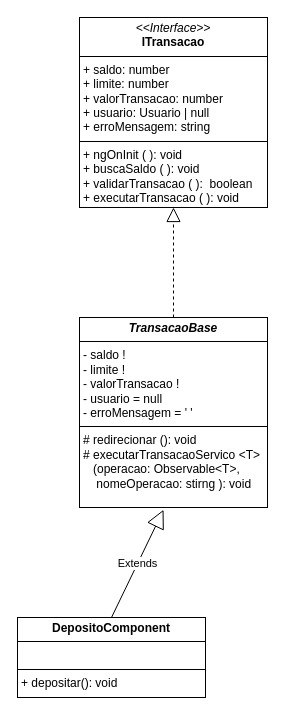
Earlier version of the draw.io diagram transacao.drawio (alejandrolafuente/SistemaBanco). Source tidied: cells renumbered, new cells numbered last; positions are measured from the earlier drawing's top-left corner, leaving out a move shared by most shapes. Both pictures are drawn from the tidied source at 100%, with x=0, y=0 at pixel (17, 17).
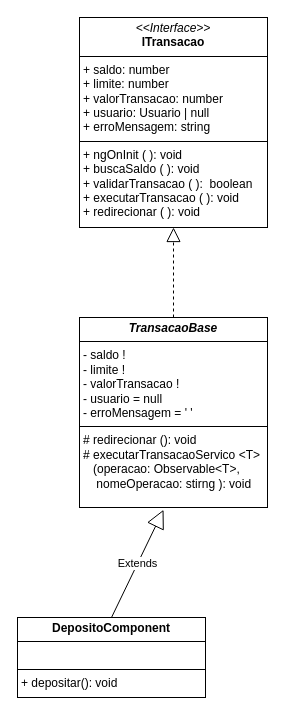
After the change.

Change to the diagram source:
```diff
@@
 <mxGraphModel>
   <root>
     <mxCell id="0" />
     <mxCell id="1" parent="0" />
-    <mxCell id="2" value="&lt;p style=&quot;margin:0px;margin-top:4px;text-align:center;&quot;&gt;&lt;i&gt;&amp;lt;&amp;lt;Interface&amp;gt;&amp;gt;&lt;/i&gt;&lt;br&gt;&lt;b&gt;ITransacao&lt;/b&gt;&lt;/p&gt;&lt;hr size=&quot;1&quot; style=&quot;border-style:solid;&quot;&gt;&lt;p style=&quot;margin:0px;margin-left:4px;&quot;&gt;+ saldo: number&lt;br&gt;+ limite: number&lt;/p&gt;&lt;p style=&quot;margin:0px;margin-left:4px;&quot;&gt;+ valorTransacao: number&lt;/p&gt;&lt;p style=&quot;margin:0px;margin-left:4px;&quot;&gt;+ usuario: Usuario | null&lt;/p&gt;&lt;p style=&quot;margin:0px;margin-left:4px;&quot;&gt;+ erroMensagem: string&lt;/p&gt;&lt;hr size=&quot;1&quot; style=&quot;border-style:solid;&quot;&gt;&lt;p style=&quot;margin:0px;margin-left:4px;&quot;&gt;+ ngOnInit ( ): void&lt;/p&gt;&lt;p style=&quot;margin:0px;margin-left:4px;&quot;&gt;+ buscaSaldo ( ): void&lt;/p&gt;&lt;p style=&quot;margin:0px;margin-left:4px;&quot;&gt;+ validarTransacao ( ):&amp;nbsp; boolean&lt;/p&gt;&lt;p style=&quot;margin:0px;margin-left:4px;&quot;&gt;+ executarTransacao ( ): void&lt;/p&gt;" style="verticalAlign=top;align=left;overflow=fill;html=1;whiteSpace=wrap;" parent="1" vertex="1">
-      <mxGeometry x="62" width="188" height="190" as="geometry" />
+    <mxCell id="2" value="&lt;p style=&quot;margin:0px;margin-top:4px;text-align:center;&quot;&gt;&lt;i&gt;&amp;lt;&amp;lt;Interface&amp;gt;&amp;gt;&lt;/i&gt;&lt;br&gt;&lt;b&gt;ITransacao&lt;/b&gt;&lt;/p&gt;&lt;hr size=&quot;1&quot; style=&quot;border-style:solid;&quot;&gt;&lt;p style=&quot;margin:0px;margin-left:4px;&quot;&gt;+ saldo: number&lt;br&gt;+ limite: number&lt;/p&gt;&lt;p style=&quot;margin:0px;margin-left:4px;&quot;&gt;+ valorTransacao: number&lt;/p&gt;&lt;p style=&quot;margin:0px;margin-left:4px;&quot;&gt;+ usuario: Usuario | null&lt;/p&gt;&lt;p style=&quot;margin:0px;margin-left:4px;&quot;&gt;+ erroMensagem: string&lt;/p&gt;&lt;hr size=&quot;1&quot; style=&quot;border-style:solid;&quot;&gt;&lt;p style=&quot;margin:0px;margin-left:4px;&quot;&gt;+ ngOnInit ( ): void&lt;/p&gt;&lt;p style=&quot;margin:0px;margin-left:4px;&quot;&gt;+ buscaSaldo ( ): void&lt;/p&gt;&lt;p style=&quot;margin:0px;margin-left:4px;&quot;&gt;+ validarTransacao ( ):&amp;nbsp; boolean&lt;/p&gt;&lt;p style=&quot;margin:0px;margin-left:4px;&quot;&gt;+ executarTransacao ( ): void&lt;/p&gt;&lt;p style=&quot;margin:0px;margin-left:4px;&quot;&gt;+ redirecionar ( ): void&lt;/p&gt;" style="verticalAlign=top;align=left;overflow=fill;html=1;whiteSpace=wrap;" parent="1" vertex="1">
+      <mxGeometry x="62" width="188" height="210" as="geometry" />
     </mxCell>
     <mxCell id="3" style="endArrow=block;dashed=1;endFill=0;endSize=12;html=1;exitX=0.5;exitY=0;exitDx=0;exitDy=0;entryX=0.5;entryY=1;entryDx=0;entryDy=0;" parent="1" edge="1" source="4" target="2">
       <mxGeometry relative="1" as="geometry" />
     </mxCell>
     <mxCell id="4" value="&lt;p style=&quot;margin:0px;margin-top:4px;text-align:center;&quot;&gt;&lt;b&gt;&lt;i&gt;TransacaoBase&lt;/i&gt;&lt;/b&gt;&lt;/p&gt;&lt;hr size=&quot;1&quot; style=&quot;border-style:solid;&quot;&gt;&lt;p style=&quot;margin:0px;margin-left:4px;&quot;&gt;- saldo !&amp;nbsp;&lt;br&gt;- limite !&amp;nbsp;&lt;/p&gt;&lt;p style=&quot;margin:0px;margin-left:4px;&quot;&gt;- valorTransacao !&lt;/p&gt;&lt;p style=&quot;margin:0px;margin-left:4px;&quot;&gt;- usuario = null&lt;/p&gt;&lt;p style=&quot;margin:0px;margin-left:4px;&quot;&gt;- erroMensagem = ' '&lt;/p&gt;&lt;hr size=&quot;1&quot; style=&quot;border-style:solid;&quot;&gt;&lt;p style=&quot;margin:0px;margin-left:4px;&quot;&gt;# redirecionar (): void&lt;/p&gt;&lt;p style=&quot;margin:0px;margin-left:4px;&quot;&gt;# executarTransacaoServico &amp;lt;T&amp;gt;&lt;/p&gt;&lt;p style=&quot;margin:0px;margin-left:4px;&quot;&gt;&amp;nbsp; &amp;nbsp;(operacao: Observable&amp;lt;T&amp;gt;,&amp;nbsp; &amp;nbsp; &amp;nbsp; &amp;nbsp; &amp;nbsp; &amp;nbsp; nomeOperacao: stirng ): void&lt;/p&gt;" style="verticalAlign=top;align=left;overflow=fill;html=1;whiteSpace=wrap;" parent="1" vertex="1">
       <mxGeometry x="62" y="300" width="188" height="190" as="geometry" />
     </mxCell>
     <mxCell id="5" value="Extends" style="endArrow=block;endSize=16;endFill=0;html=1;entryX=0.447;entryY=1.012;entryDx=0;entryDy=0;entryPerimeter=0;exitX=0.5;exitY=0;exitDx=0;exitDy=0;" parent="1" edge="1" source="6" target="4">
       <mxGeometry relative="1" as="geometry" />
     </mxCell>
     <mxCell id="6" value="&lt;p style=&quot;margin:0px;margin-top:4px;text-align:center;&quot;&gt;&lt;b&gt;DepositoComponent&lt;/b&gt;&lt;/p&gt;&lt;hr size=&quot;1&quot; style=&quot;border-style:solid;&quot;&gt;&lt;p style=&quot;margin:0px;margin-left:4px;&quot;&gt;&lt;br&gt;&lt;/p&gt;&lt;hr size=&quot;1&quot; style=&quot;border-style:solid;&quot;&gt;&lt;p style=&quot;margin:0px;margin-left:4px;&quot;&gt;+ depositar(): void&lt;/p&gt;" style="verticalAlign=top;align=left;overflow=fill;html=1;whiteSpace=wrap;" parent="1" vertex="1">
       <mxGeometry y="600" width="188" height="80" as="geometry" />
     </mxCell>
   </root>
 </mxGraphModel>
```
